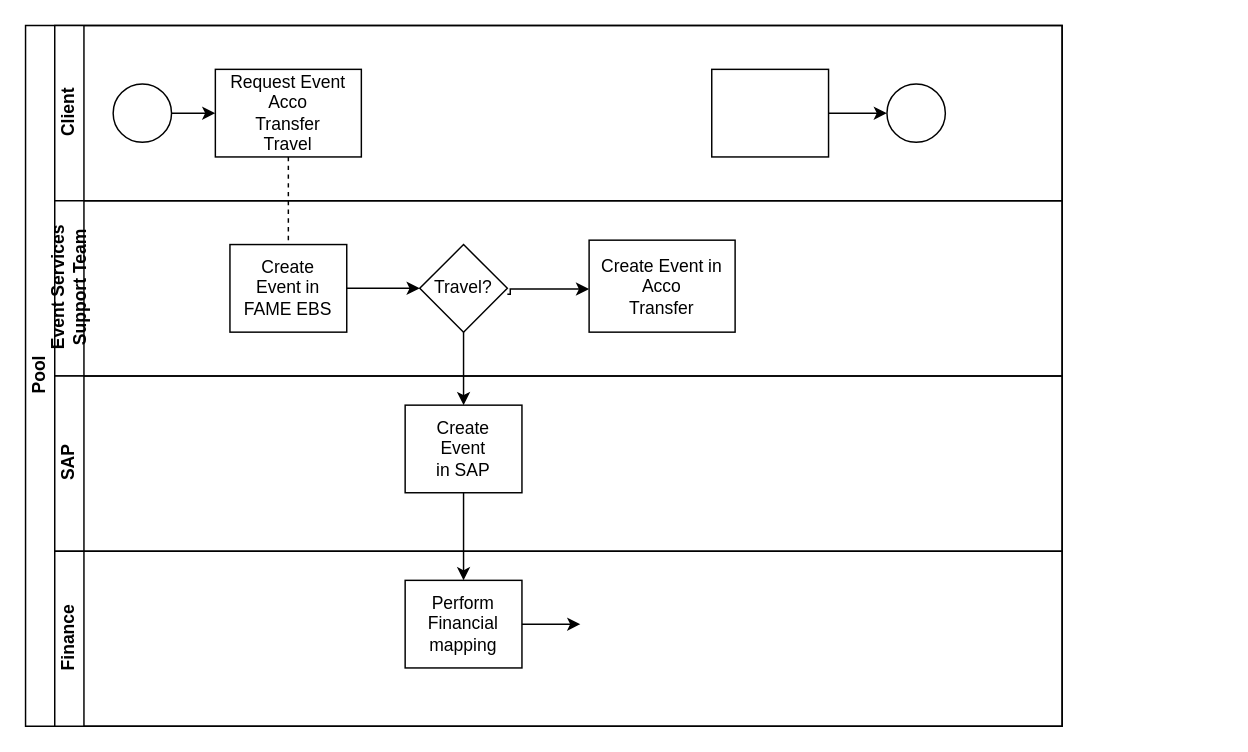
Earlier version of the draw.io diagram Swim-create-Event.drawio (Helena-Zuk/github-slideshow). Source tidied: cells renumbered, new cells numbered last; positions are measured from the earlier drawing's top-left corner, leaving out a move shared by most shapes. Both pictures are drawn from the tidied source at 146%, with x=0, y=0 at pixel (25, 25).
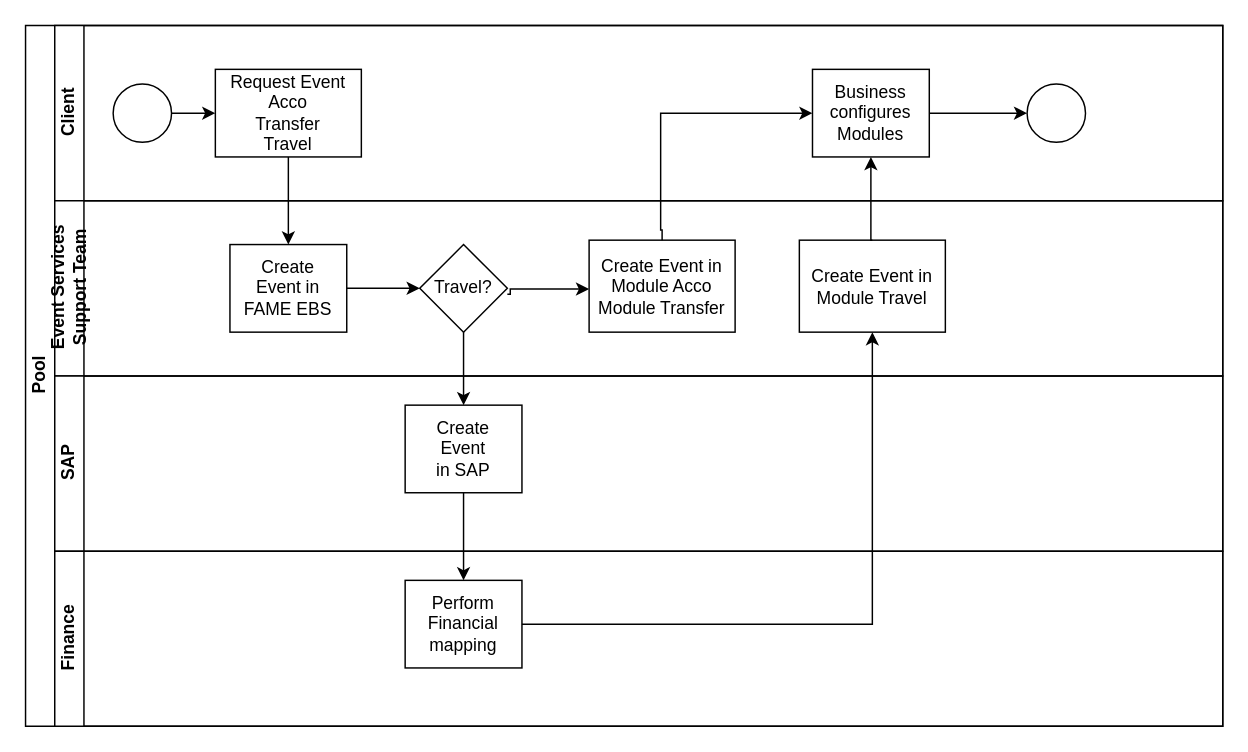
The same diagram, later.

The change refers to these unchanged cells:
```xml
<mxCell id="8" value="Request Event&lt;br style=&quot;border-color: var(--border-color);&quot;&gt;Acco&lt;br style=&quot;border-color: var(--border-color);&quot;&gt;Transfer&lt;br style=&quot;border-color: var(--border-color);&quot;&gt;Travel" style="rounded=0;whiteSpace=wrap;html=1;fontFamily=Helvetica;fontSize=12;fontColor=#000000;align=center;" parent="5" vertex="1">
  <mxGeometry x="110" y="30" width="100" height="60" as="geometry" />
</mxCell>
<mxCell id="14" value="Create&lt;br&gt;Event in&lt;br&gt;FAME EBS" style="rounded=0;whiteSpace=wrap;html=1;fontFamily=Helvetica;fontSize=12;fontColor=#000000;align=center;" parent="12" vertex="1">
  <mxGeometry x="120" y="30" width="80" height="60" as="geometry" />
</mxCell>
<mxCell id="21" value="Perform&lt;br&gt;Financial&lt;br&gt;mapping" style="rounded=0;whiteSpace=wrap;html=1;fontFamily=Helvetica;fontSize=12;fontColor=#000000;align=center;" parent="19" vertex="1">
  <mxGeometry x="240" y="20" width="80" height="60" as="geometry" />
</mxCell>
```

Change to the diagram source:
```diff
@@
     <mxCell id="2" value="Pool" style="swimlane;html=1;horizontal=0;startSize=20;" parent="1" vertex="1">
-      <mxGeometry width="710" height="480" as="geometry" />
+      <mxGeometry width="820" height="480" as="geometry" />
     </mxCell>
-    <mxCell id="3" style="edgeStyle=orthogonalEdgeStyle;rounded=0;jettySize=auto;html=1;dashed=1;endArrow=none;endFill=0;" parent="2" edge="1" source="8" target="14">
+    <mxCell id="3" style="edgeStyle=orthogonalEdgeStyle;rounded=0;jettySize=auto;html=1;endArrow=classic;endFill=1;startArrow=none;startFill=0;" parent="2" edge="1" source="8" target="14">
       <mxGeometry relative="1" as="geometry" />
     </mxCell>
@@
     <mxCell id="5" value="Client" style="swimlane;html=1;startSize=20;horizontal=0;" parent="2" vertex="1">
-      <mxGeometry x="20" width="690" height="120" as="geometry" />
+      <mxGeometry x="20" width="800" height="120" as="geometry" />
     </mxCell>
@@
-    <mxCell id="10" style="rounded=0;whiteSpace=wrap;html=1;fontFamily=Helvetica;fontSize=12;fontColor=#000000;align=center;" parent="5" vertex="1">
-      <mxGeometry x="450" y="30" width="80" height="60" as="geometry" />
+    <mxCell id="10" value="Business&lt;br&gt;configures&lt;br&gt;Modules" style="rounded=0;whiteSpace=wrap;html=1;fontFamily=Helvetica;fontSize=12;fontColor=#000000;align=center;" parent="5" vertex="1">
+      <mxGeometry x="519" y="30" width="80" height="60" as="geometry" />
     </mxCell>
     <mxCell id="11" style="ellipse;whiteSpace=wrap;html=1;" parent="5" vertex="1">
-      <mxGeometry x="570" y="40" width="40" height="40" as="geometry" />
+      <mxGeometry x="666" y="40" width="40" height="40" as="geometry" />
     </mxCell>
     <mxCell id="12" value="Event Services &lt;br&gt;Support Team" style="swimlane;html=1;startSize=20;horizontal=0;" parent="2" vertex="1">
-      <mxGeometry x="20" y="120" width="690" height="120" as="geometry" />
+      <mxGeometry x="20" y="120" width="800" height="120" as="geometry" />
     </mxCell>
@@
-    <mxCell id="16" value="Create Event in&lt;br&gt;Acco&lt;br&gt;Transfer" style="rounded=0;whiteSpace=wrap;html=1;fontFamily=Helvetica;fontSize=12;fontColor=#000000;align=center;" parent="12" vertex="1">
+    <mxCell id="16" value="Create Event in&lt;br&gt;Module Acco&lt;br&gt;Module Transfer" style="rounded=0;whiteSpace=wrap;html=1;fontFamily=Helvetica;fontSize=12;fontColor=#000000;align=center;" parent="12" vertex="1">
       <mxGeometry x="366" y="27" width="100" height="63" as="geometry" />
     </mxCell>
+    <mxCell id="24" value="Create Event in&lt;br&gt;Module Travel" style="rounded=0;whiteSpace=wrap;html=1;fontFamily=Helvetica;fontSize=12;fontColor=#000000;align=center;" parent="12" vertex="1">
+      <mxGeometry x="510" y="27" width="100" height="63" as="geometry" />
+    </mxCell>
     <mxCell id="17" value="SAP" style="swimlane;html=1;startSize=20;horizontal=0;" parent="2" vertex="1">
-      <mxGeometry x="20" y="240" width="690" height="120" as="geometry" />
+      <mxGeometry x="20" y="240" width="800" height="120" as="geometry" />
     </mxCell>
@@
     <mxCell id="19" value="Finance" style="swimlane;html=1;startSize=20;horizontal=0;" parent="2" vertex="1">
-      <mxGeometry x="20" y="360" width="690" height="120" as="geometry" />
+      <mxGeometry x="20" y="360" width="800" height="120" as="geometry" />
     </mxCell>
-    <mxCell id="20" style="edgeStyle=orthogonalEdgeStyle;rounded=0;jettySize=auto;html=1;endArrow=classic;endFill=1;" parent="19" edge="1" source="21">
-      <mxGeometry relative="1" as="geometry">
-        <mxPoint x="360" y="50" as="targetPoint" />
-      </mxGeometry>
-    </mxCell>
@@
+    <mxCell id="20" style="edgeStyle=orthogonalEdgeStyle;rounded=0;jettySize=auto;html=1;endArrow=classic;endFill=1;entryX=0.5;entryY=1;entryDx=0;entryDy=0;" parent="2" edge="1" source="21" target="24">
+      <mxGeometry relative="1" as="geometry" />
+    </mxCell>
+    <mxCell id="25" style="edgeStyle=orthogonalEdgeStyle;rounded=0;jettySize=auto;html=1;endArrow=classic;endFill=1;exitX=0.5;exitY=0;exitDx=0;exitDy=0;entryX=0.5;entryY=1;entryDx=0;entryDy=0;" parent="2" edge="1" source="24" target="10">
+      <mxGeometry relative="1" as="geometry">
+        <Array as="points">
+          <mxPoint x="579" y="147" />
+        </Array>
+      </mxGeometry>
+    </mxCell>
@@
+    <mxCell id="26" style="edgeStyle=orthogonalEdgeStyle;rounded=0;jettySize=auto;html=1;endArrow=classic;endFill=1;exitX=0.5;exitY=0;exitDx=0;exitDy=0;" parent="1" edge="1" source="16">
+      <mxGeometry relative="1" as="geometry">
+        <mxPoint x="539" y="60" as="targetPoint" />
+        <Array as="points">
+          <mxPoint x="436" y="140" />
+          <mxPoint x="435" y="140" />
+          <mxPoint x="435" y="60" />
+          <mxPoint x="539" y="60" />
+        </Array>
+      </mxGeometry>
+    </mxCell>
```
